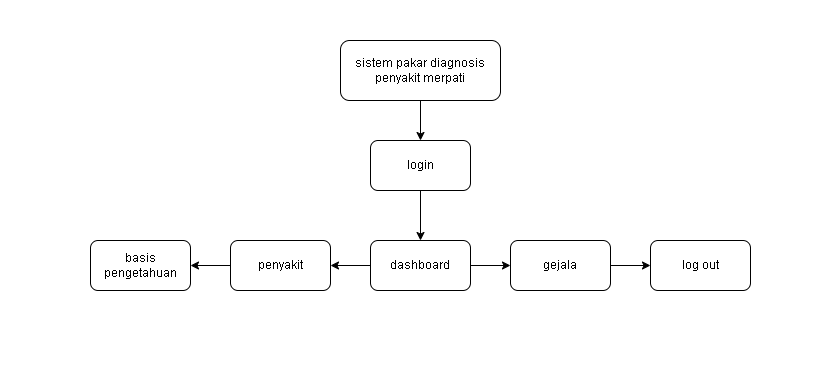
Jinsky/Jinsky keeps this draw.io diagram as diagram/strutur/admin.png. Above is the earlier version. Source tidied: cells renumbered, new cells last; positions are measured from the earlier drawing's top-left corner, leaving out a move shared by most shapes.
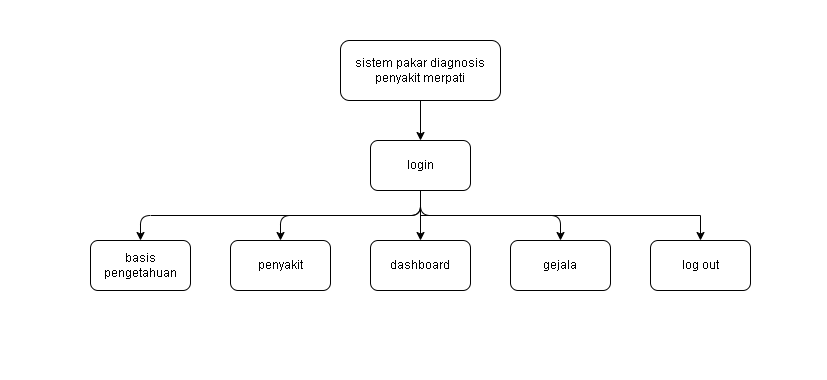
The same file after the commit.

Diff of the diagram source:
```diff
@@ -8,6 +8,18 @@
     <mxCell id="3" value="sistem pakar diagnosis&lt;br&gt;penyakit merpati" style="rounded=1;whiteSpace=wrap;html=1;fillColor=#ffffff;strokeColor=#000000;fontSize=12;" parent="1" vertex="1">
       <mxGeometry x="340" y="40" width="160" height="60" as="geometry" />
     </mxCell>
+    <mxCell id="16" style="edgeStyle=orthogonalEdgeStyle;html=1;entryX=0.5;entryY=0;entryDx=0;entryDy=0;exitX=0.5;exitY=1;exitDx=0;exitDy=0;" parent="1" edge="1" source="4" target="8">
+      <mxGeometry relative="1" as="geometry" />
+    </mxCell>
+    <mxCell id="17" style="edgeStyle=orthogonalEdgeStyle;html=1;entryX=0.5;entryY=0;entryDx=0;entryDy=0;exitX=0.5;exitY=1;exitDx=0;exitDy=0;" parent="1" edge="1" source="4" target="7">
+      <mxGeometry relative="1" as="geometry" />
+    </mxCell>
+    <mxCell id="18" style="edgeStyle=orthogonalEdgeStyle;html=1;entryX=0.5;entryY=0;entryDx=0;entryDy=0;exitX=0.5;exitY=1;exitDx=0;exitDy=0;" parent="1" edge="1" source="4" target="6">
+      <mxGeometry relative="1" as="geometry" />
+    </mxCell>
+    <mxCell id="19" style="edgeStyle=none;html=1;" parent="1" edge="1" source="4" target="5">
+      <mxGeometry relative="1" as="geometry" />
+    </mxCell>
     <mxCell id="4" value="login" style="rounded=1;whiteSpace=wrap;html=1;fillColor=#ffffff;strokeColor=#000000;fontSize=12;" parent="1" vertex="1">
       <mxGeometry x="370" y="140" width="100" height="50" as="geometry" />
     </mxCell>
@@ -29,20 +41,8 @@
     <mxCell id="10" style="edgeStyle=orthogonalEdgeStyle;rounded=0;jettySize=auto;html=1;strokeWidth=1;endArrow=classic;endFill=1;exitX=0.5;exitY=1;exitDx=0;exitDy=0;entryX=0.5;entryY=0;entryDx=0;entryDy=0;" parent="1" edge="1" source="3" target="4">
       <mxGeometry relative="1" as="geometry" />
     </mxCell>
-    <mxCell id="11" style="edgeStyle=orthogonalEdgeStyle;rounded=0;jettySize=auto;html=1;strokeWidth=1;endArrow=classic;endFill=1;exitX=0.5;exitY=1;exitDx=0;exitDy=0;entryX=0.5;entryY=0;entryDx=0;entryDy=0;" parent="1" edge="1" source="4" target="5">
+    <mxCell id="11" style="edgeStyle=orthogonalEdgeStyle;rounded=0;jettySize=auto;html=1;strokeWidth=1;endArrow=classic;endFill=1;exitX=0.5;exitY=1;exitDx=0;exitDy=0;entryX=0.5;entryY=0;entryDx=0;entryDy=0;" parent="1" edge="1" source="4" target="9">
       <mxGeometry relative="1" as="geometry" />
     </mxCell>
-    <mxCell id="12" style="edgeStyle=orthogonalEdgeStyle;rounded=0;jettySize=auto;html=1;strokeWidth=1;endArrow=classic;endFill=1;exitX=0;exitY=0.5;exitDx=0;exitDy=0;entryX=1;entryY=0.5;entryDx=0;entryDy=0;" parent="1" edge="1" source="5" target="6">
-      <mxGeometry relative="1" as="geometry" />
-    </mxCell>
-    <mxCell id="13" style="edgeStyle=orthogonalEdgeStyle;rounded=0;jettySize=auto;html=1;strokeWidth=1;endArrow=classic;endFill=1;exitX=0;exitY=0.5;exitDx=0;exitDy=0;entryX=1;entryY=0.5;entryDx=0;entryDy=0;" parent="1" edge="1" source="6" target="7">
-      <mxGeometry relative="1" as="geometry" />
-    </mxCell>
-    <mxCell id="14" style="edgeStyle=orthogonalEdgeStyle;rounded=0;jettySize=auto;html=1;strokeWidth=1;endArrow=classic;endFill=1;exitX=1;exitY=0.5;exitDx=0;exitDy=0;entryX=0;entryY=0.5;entryDx=0;entryDy=0;" parent="1" edge="1" source="5" target="8">
-      <mxGeometry relative="1" as="geometry" />
-    </mxCell>
-    <mxCell id="15" style="edgeStyle=orthogonalEdgeStyle;rounded=0;jettySize=auto;html=1;strokeWidth=1;endArrow=classic;endFill=1;exitX=1;exitY=0.5;exitDx=0;exitDy=0;entryX=0;entryY=0.5;entryDx=0;entryDy=0;" parent="1" edge="1" source="8" target="9">
-      <mxGeometry relative="1" as="geometry" />
-    </mxCell>
   </root>
 </mxGraphModel>
```
